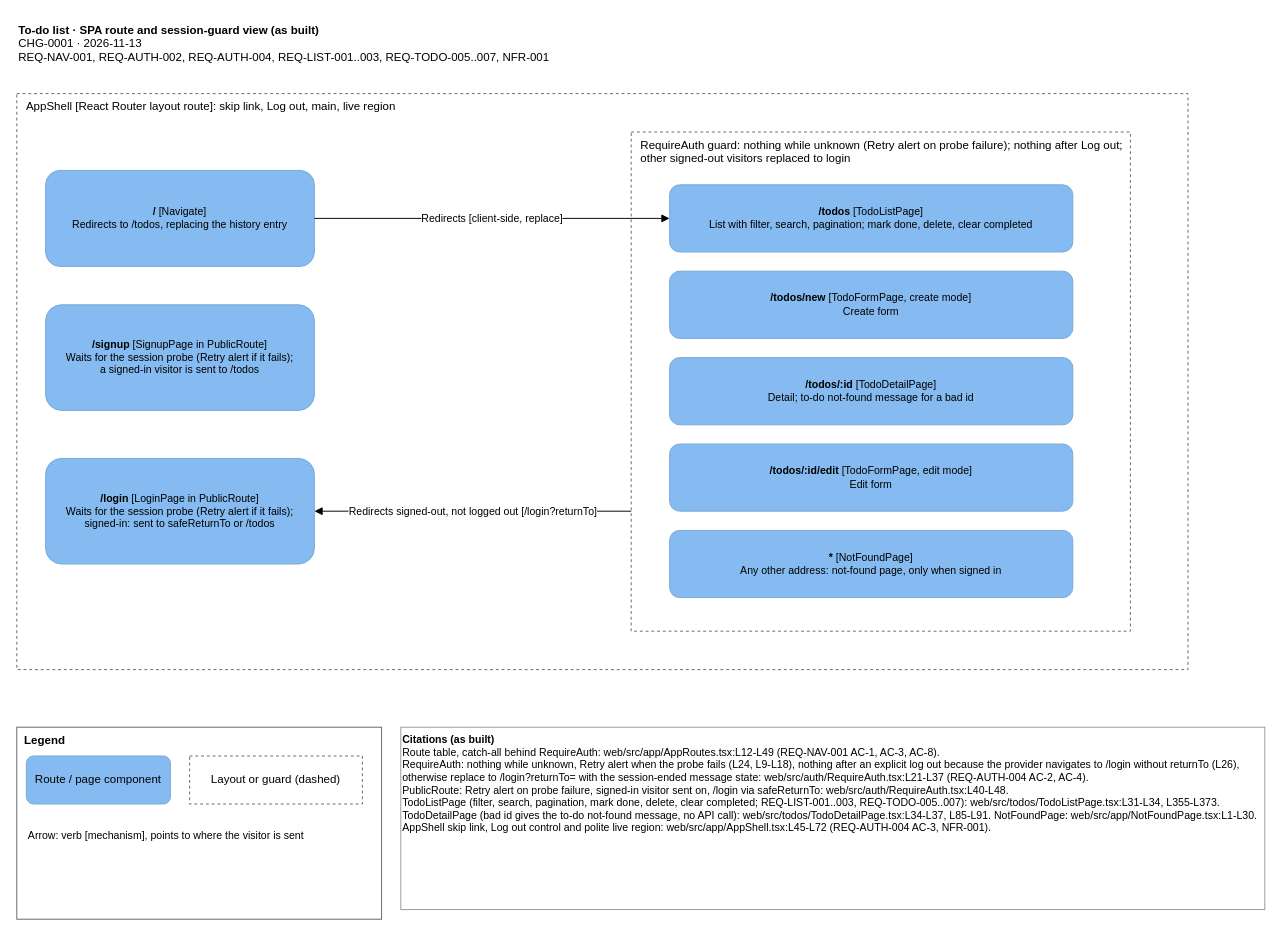
Above: docs/knowledge/diagrams/todo-spa-routes.drawio in alokkulkarni/testharness2 (draw.io), before the change. Source tidied: cells renumbered, new cells numbered last; positions are measured from the earlier drawing's top-left corner, leaving out a move shared by most shapes. Both pictures are drawn from the tidied source at 96%, with x=0, y=0 at pixel (16, 16).
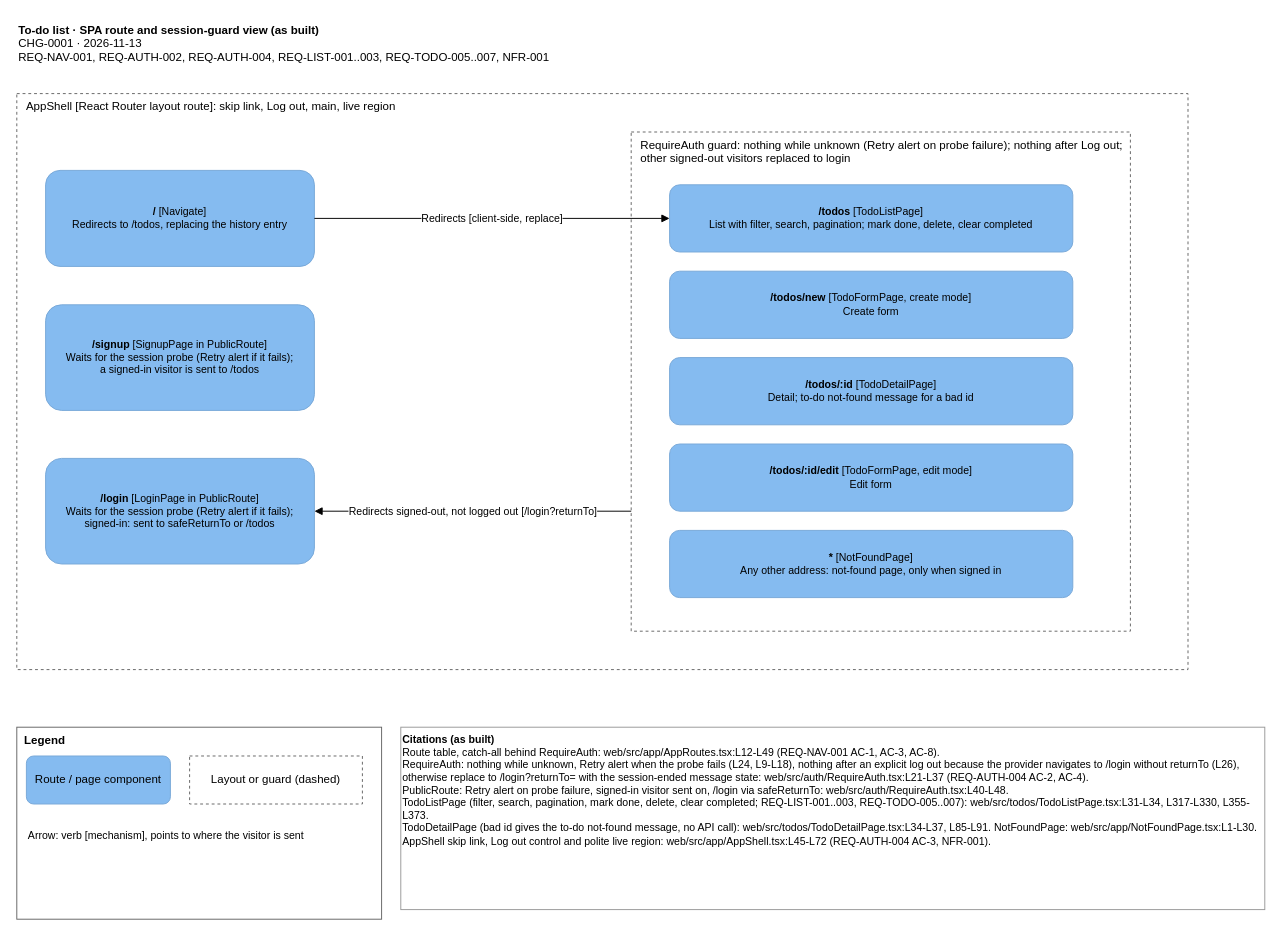
After the change.

Change to the diagram source:
```diff
@@
 <mxGraphModel>
   <root>
     <mxCell id="0" />
     <mxCell id="1" parent="0" />
     <mxCell id="2" value="&lt;b&gt;To-do list · SPA route and session-guard view (as built)&lt;/b&gt;&lt;br&gt;CHG-0001 · 2026-11-13&lt;br&gt;REQ-NAV-001, REQ-AUTH-002, REQ-AUTH-004, REQ-LIST-001..003, REQ-TODO-005..007, NFR-001" style="text;harness=title;whiteSpace=wrap;html=1;align=left;" parent="1" vertex="1">
       <mxGeometry width="760" height="60" as="geometry" />
     </mxCell>
     <mxCell id="3" value="AppShell [React Router layout route]: skip link, Log out, main, live region" style="rounded=0;whiteSpace=wrap;html=1;dashed=1;fillColor=none;strokeColor=#666666;verticalAlign=top;align=left;spacingLeft=8;" parent="1" vertex="1">
       <mxGeometry y="80" width="1220" height="600" as="geometry" />
     </mxCell>
     <mxCell id="4" value="&lt;b&gt;/&lt;/b&gt; [Navigate]&lt;br&gt;Redirects to /todos, replacing the history entry" style="rounded=1;whiteSpace=wrap;html=1;fillColor=#85BBF0;strokeColor=#78A8D8;fontSize=11;" parent="3" vertex="1">
       <mxGeometry x="30" y="80" width="280" height="100" as="geometry" />
     </mxCell>
     <mxCell id="5" value="&lt;b&gt;/signup&lt;/b&gt; [SignupPage in PublicRoute]&lt;br&gt;Waits for the session probe (Retry alert if it fails);&lt;br&gt;a signed-in visitor is sent to /todos" style="rounded=1;whiteSpace=wrap;html=1;fillColor=#85BBF0;strokeColor=#78A8D8;fontSize=11;" parent="3" vertex="1">
       <mxGeometry x="30" y="220" width="280" height="110" as="geometry" />
     </mxCell>
     <mxCell id="6" value="&lt;b&gt;/login&lt;/b&gt; [LoginPage in PublicRoute]&lt;br&gt;Waits for the session probe (Retry alert if it fails);&lt;br&gt;signed-in: sent to safeReturnTo or /todos" style="rounded=1;whiteSpace=wrap;html=1;fillColor=#85BBF0;strokeColor=#78A8D8;fontSize=11;" parent="3" vertex="1">
       <mxGeometry x="30" y="380" width="280" height="110" as="geometry" />
     </mxCell>
     <mxCell id="7" value="RequireAuth guard: nothing while unknown (Retry alert on probe failure); nothing after Log out; other signed-out visitors replaced to login" style="rounded=0;whiteSpace=wrap;html=1;dashed=1;fillColor=none;strokeColor=#666666;verticalAlign=top;align=left;spacingLeft=8;" parent="3" vertex="1">
       <mxGeometry x="640" y="40" width="520" height="520" as="geometry" />
     </mxCell>
     <mxCell id="8" value="&lt;b&gt;/todos&lt;/b&gt; [TodoListPage]&lt;br&gt;List with filter, search, pagination; mark done, delete, clear completed" style="rounded=1;whiteSpace=wrap;html=1;fillColor=#85BBF0;strokeColor=#78A8D8;fontSize=11;" parent="7" vertex="1">
       <mxGeometry x="40" y="55" width="420" height="70" as="geometry" />
     </mxCell>
     <mxCell id="9" value="&lt;b&gt;/todos/new&lt;/b&gt; [TodoFormPage, create mode]&lt;br&gt;Create form" style="rounded=1;whiteSpace=wrap;html=1;fillColor=#85BBF0;strokeColor=#78A8D8;fontSize=11;" parent="7" vertex="1">
       <mxGeometry x="40" y="145" width="420" height="70" as="geometry" />
     </mxCell>
     <mxCell id="10" value="&lt;b&gt;/todos/:id&lt;/b&gt; [TodoDetailPage]&lt;br&gt;Detail; to-do not-found message for a bad id" style="rounded=1;whiteSpace=wrap;html=1;fillColor=#85BBF0;strokeColor=#78A8D8;fontSize=11;" parent="7" vertex="1">
       <mxGeometry x="40" y="235" width="420" height="70" as="geometry" />
     </mxCell>
     <mxCell id="11" value="&lt;b&gt;/todos/:id/edit&lt;/b&gt; [TodoFormPage, edit mode]&lt;br&gt;Edit form" style="rounded=1;whiteSpace=wrap;html=1;fillColor=#85BBF0;strokeColor=#78A8D8;fontSize=11;" parent="7" vertex="1">
       <mxGeometry x="40" y="325" width="420" height="70" as="geometry" />
     </mxCell>
     <mxCell id="12" value="&lt;b&gt;*&lt;/b&gt; [NotFoundPage]&lt;br&gt;Any other address: not-found page, only when signed in" style="rounded=1;whiteSpace=wrap;html=1;fillColor=#85BBF0;strokeColor=#78A8D8;fontSize=11;" parent="7" vertex="1">
       <mxGeometry x="40" y="415" width="420" height="70" as="geometry" />
     </mxCell>
     <mxCell id="13" value="Redirects [client-side, replace]" style="edgeStyle=orthogonalEdgeStyle;rounded=1;html=1;endArrow=block;" parent="1" edge="1" source="4" target="8">
       <mxGeometry relative="1" as="geometry" />
     </mxCell>
     <mxCell id="14" value="Redirects signed-out, not logged out [/login?returnTo]" style="edgeStyle=orthogonalEdgeStyle;rounded=1;html=1;endArrow=block;exitX=0;exitY=0.7596;entryX=1;entryY=0.5;" parent="1" edge="1" source="7" target="6">
       <mxGeometry relative="1" as="geometry" />
     </mxCell>
-    <mxCell id="15" value="&lt;b&gt;Citations (as built)&lt;/b&gt;&lt;br&gt;Route table, catch-all behind RequireAuth: web/src/app/AppRoutes.tsx:L12-L49 (REQ-NAV-001 AC-1, AC-3, AC-8).&lt;br&gt;RequireAuth: nothing while unknown, Retry alert when the probe fails (L24, L9-L18), nothing after an explicit log out because the provider navigates to /login without returnTo (L26), otherwise replace to /login?returnTo= with the session-ended message state: web/src/auth/RequireAuth.tsx:L21-L37 (REQ-AUTH-004 AC-2, AC-4).&lt;br&gt;PublicRoute: Retry alert on probe failure, signed-in visitor sent on, /login via safeReturnTo: web/src/auth/RequireAuth.tsx:L40-L48.&lt;br&gt;TodoListPage (filter, search, pagination, mark done, delete, clear completed; REQ-LIST-001..003, REQ-TODO-005..007): web/src/todos/TodoListPage.tsx:L31-L34, L355-L373.&lt;br&gt;TodoDetailPage (bad id gives the to-do not-found message, no API call): web/src/todos/TodoDetailPage.tsx:L34-L37, L85-L91. NotFoundPage: web/src/app/NotFoundPage.tsx:L1-L30.&lt;br&gt;AppShell skip link, Log out control and polite live region: web/src/app/AppShell.tsx:L45-L72 (REQ-AUTH-004 AC-3, NFR-001)." style="text;whiteSpace=wrap;html=1;align=left;fontSize=11;strokeColor=#999999;" parent="1" vertex="1">
+    <mxCell id="15" value="&lt;b&gt;Citations (as built)&lt;/b&gt;&lt;br&gt;Route table, catch-all behind RequireAuth: web/src/app/AppRoutes.tsx:L12-L49 (REQ-NAV-001 AC-1, AC-3, AC-8).&lt;br&gt;RequireAuth: nothing while unknown, Retry alert when the probe fails (L24, L9-L18), nothing after an explicit log out because the provider navigates to /login without returnTo (L26), otherwise replace to /login?returnTo= with the session-ended message state: web/src/auth/RequireAuth.tsx:L21-L37 (REQ-AUTH-004 AC-2, AC-4).&lt;br&gt;PublicRoute: Retry alert on probe failure, signed-in visitor sent on, /login via safeReturnTo: web/src/auth/RequireAuth.tsx:L40-L48.&lt;br&gt;TodoListPage (filter, search, pagination, mark done, delete, clear completed; REQ-LIST-001..003, REQ-TODO-005..007): web/src/todos/TodoListPage.tsx:L31-L34, L317-L330, L355-L373.&lt;br&gt;TodoDetailPage (bad id gives the to-do not-found message, no API call): web/src/todos/TodoDetailPage.tsx:L34-L37, L85-L91. NotFoundPage: web/src/app/NotFoundPage.tsx:L1-L30.&lt;br&gt;AppShell skip link, Log out control and polite live region: web/src/app/AppShell.tsx:L45-L72 (REQ-AUTH-004 AC-3, NFR-001)." style="text;whiteSpace=wrap;html=1;align=left;fontSize=11;strokeColor=#999999;" parent="1" vertex="1">
       <mxGeometry x="400" y="740" width="900" height="190" as="geometry" />
     </mxCell>
     <mxCell id="16" value="&lt;b&gt;Legend&lt;/b&gt;" style="rounded=0;whiteSpace=wrap;html=1;harness=legend;fillColor=none;strokeColor=#666666;verticalAlign=top;align=left;spacingLeft=6;" parent="1" vertex="1">
       <mxGeometry y="740" width="380" height="200" as="geometry" />
     </mxCell>
     <mxCell id="17" value="Route / page component" style="rounded=1;whiteSpace=wrap;html=1;fillColor=#85BBF0;strokeColor=#78A8D8;" parent="16" vertex="1">
       <mxGeometry x="10" y="30" width="150" height="50" as="geometry" />
     </mxCell>
     <mxCell id="18" value="Layout or guard (dashed)" style="rounded=0;whiteSpace=wrap;html=1;dashed=1;fillColor=none;strokeColor=#666666;" parent="16" vertex="1">
       <mxGeometry x="180" y="30" width="180" height="50" as="geometry" />
     </mxCell>
     <mxCell id="19" value="Arrow: verb [mechanism], points to where the visitor is sent" style="text;whiteSpace=wrap;html=1;align=left;fontSize=11;" parent="16" vertex="1">
       <mxGeometry x="10" y="100" width="350" height="50" as="geometry" />
     </mxCell>
   </root>
 </mxGraphModel>
```
